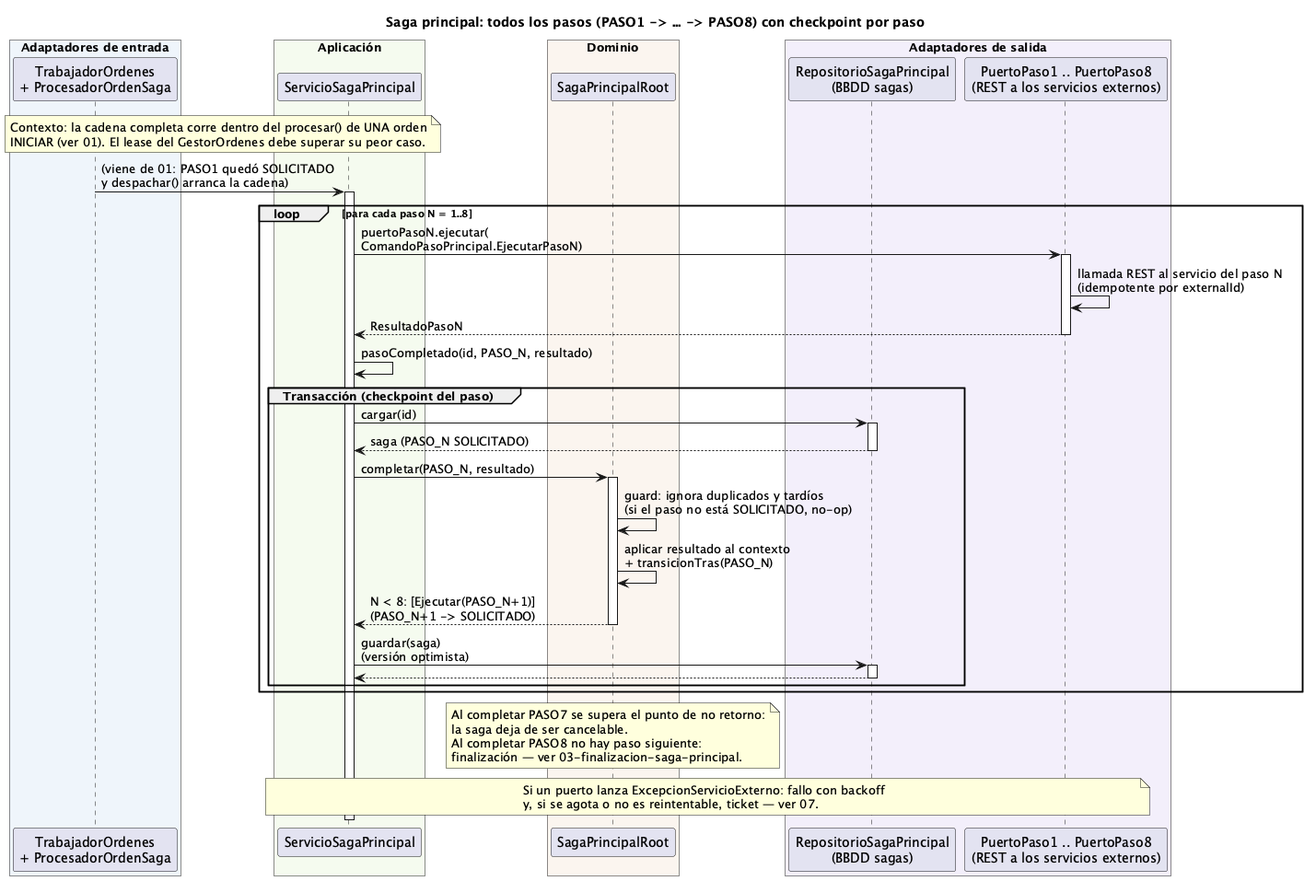
The PlantUML diagram order-manager/docs/02-pasos-saga-principal.png in ralcazar/patrones, before a commit. Source of this version:
```plantuml
@startuml 02-pasos-saga-principal
title Saga principal: todos los pasos (PASO1 -> ... -> PASO8) con checkpoint por paso

box "Adaptadores de entrada" #EFF5FB
  participant "TrabajadorOrdenes\n+ ProcesadorOrdenSaga" as TRAB
end box
box "Aplicación" #F5FBEF
  participant "ServicioSagaPrincipal" as SVC
end box
box "Dominio" #FBF5EF
  participant "SagaPrincipalRoot" as SAGA
end box
box "Adaptadores de salida" #F3EFFB
  participant "RepositorioSagaPrincipal\n(BBDD sagas)" as REPO
  participant "PuertoPaso1 .. PuertoPaso8\n(REST a los servicios externos)" as PASOS
end box

note over TRAB, SVC
  Contexto: la cadena completa corre dentro del procesar() de UNA orden
  INICIAR (ver 01). El lease del GestorOrdenes debe superar su peor caso.
end note

TRAB -> SVC ++ : (viene de 01: PASO1 quedó SOLICITADO\ny despachar() arranca la cadena)

loop para cada paso N = 1..8
  SVC -> PASOS ++ : puertoPasoN.ejecutar(\nComandoPasoPrincipal.EjecutarPasoN)
  PASOS -> PASOS : llamada REST al servicio del paso N\n(idempotente por externalId)
  return ResultadoPasoN

  SVC -> SVC : pasoCompletado(id, PASO_N, resultado)
  group Transacción (checkpoint del paso)
    SVC -> REPO ++ : cargar(id)
    return saga (PASO_N SOLICITADO)
    SVC -> SAGA ++ : completar(PASO_N, resultado)
    SAGA -> SAGA : guard: ignora duplicados y tardíos\n(si el paso no está SOLICITADO, no-op)
    SAGA -> SAGA : aplicar resultado al contexto\n+ transicionTras(PASO_N)
    return N < 8: [Ejecutar(PASO_N+1)]\n(PASO_N+1 -> SOLICITADO)
    SVC -> REPO ++ : guardar(saga)\n(versión optimista)
    return
  end
end

note over SAGA
  Al completar PASO7 se supera el punto de no retorno:
  la saga deja de ser cancelable.
  Al completar PASO8 no hay paso siguiente:
  finalización — ver 03-finalizacion-saga-principal.
end note

note over SVC, PASOS
  Si un puerto lanza ExcepcionServicioExterno: fallo con backoff
  y, si se agota o no es reintentable, ticket — ver 07.
end note
deactivate SVC
@enduml
```
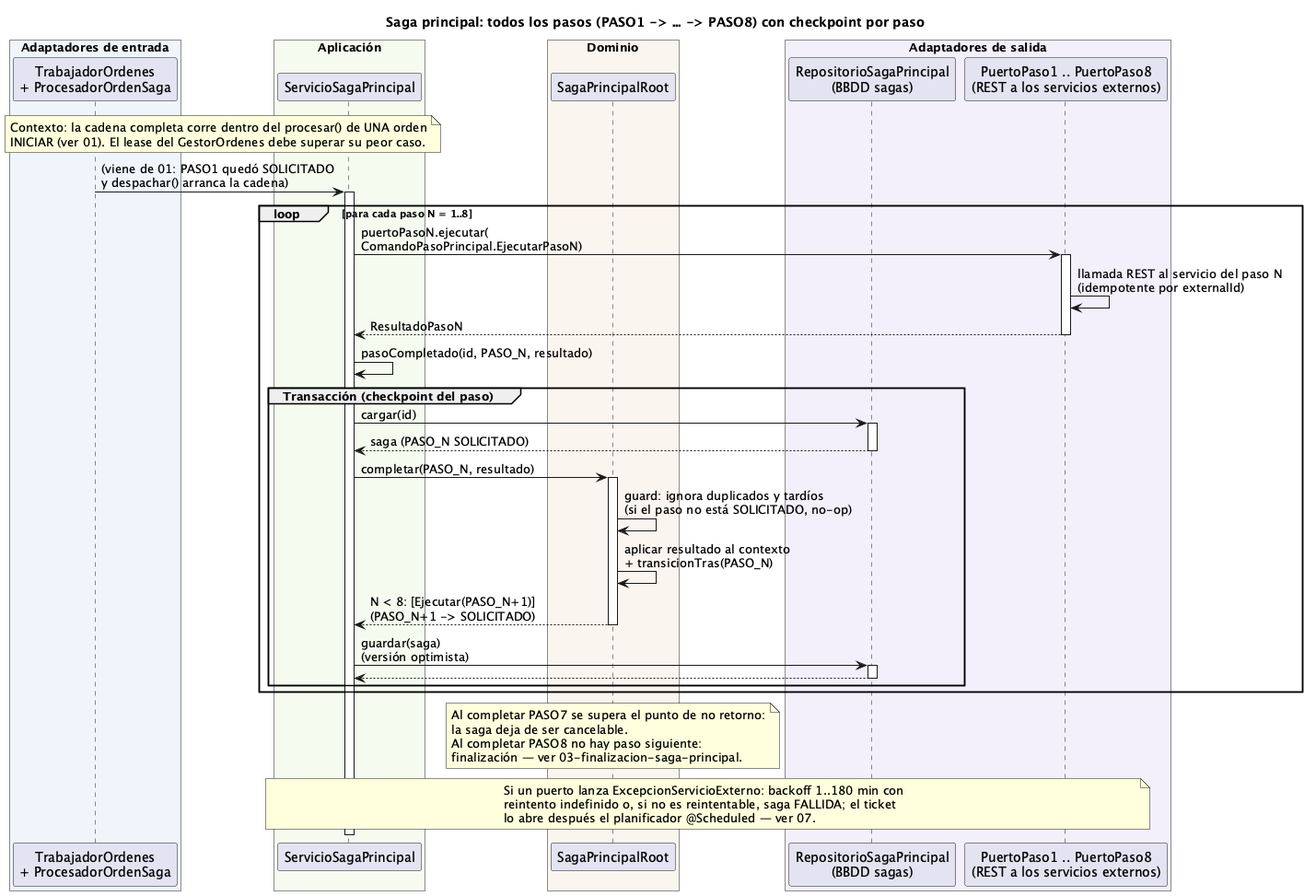
The same file after the commit.

Change to the diagram source:
```diff
@@ -48,8 +48,9 @@
 end note
 
 note over SVC, PASOS
-  Si un puerto lanza ExcepcionServicioExterno: fallo con backoff
-  y, si se agota o no es reintentable, ticket — ver 07.
+  Si un puerto lanza ExcepcionServicioExterno: backoff 1..180 min con
+  reintento indefinido o, si no es reintentable, saga FALLIDA; el ticket
+  lo abre después el planificador @Scheduled — ver 07.
 end note
 deactivate SVC
 @enduml
```
